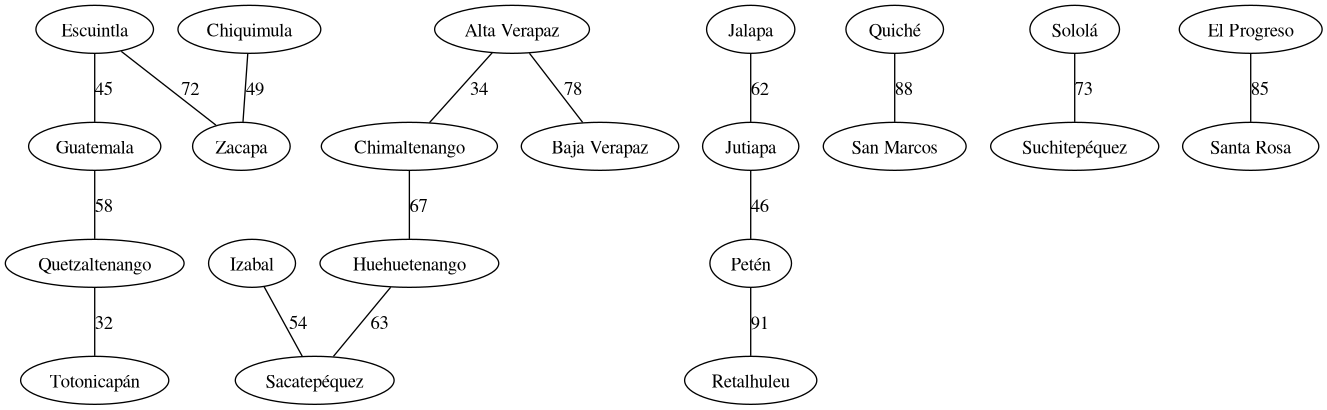
The Graphviz diagram Rapidito/Mapa.png in Marco131-xel/Edd_Proyecto2, before a commit. Its source is kept beside it as Rapidito/Mapa.dot. Its diagram source:
```dot
graph Rutas {
  "Guatemala" -- "Quetzaltenango" [label="58"];
  "Escuintla" -- "Guatemala" [label="45"];
  "Escuintla" -- "Zacapa" [label="72"];
  "Quetzaltenango" -- "Totonicapán" [label="32"];
  "Huehuetenango" -- "Sacatepéquez" [label="63"];
  "Chimaltenango" -- "Huehuetenango" [label="67"];
  "Alta Verapaz" -- "Baja Verapaz" [label="78"];
  "Alta Verapaz" -- "Chimaltenango" [label="34"];
  "Izabal" -- "Sacatepéquez" [label="54"];
  "Jalapa" -- "Jutiapa" [label="62"];
  "Jutiapa" -- "Petén" [label="46"];
  "Chiquimula" -- "Zacapa" [label="49"];
  "Quiché" -- "San Marcos" [label="88"];
  "Petén" -- "Retalhuleu" [label="91"];
  "Sololá" -- "Suchitepéquez" [label="73"];
  "El Progreso" -- "Santa Rosa" [label="85"];
}
```
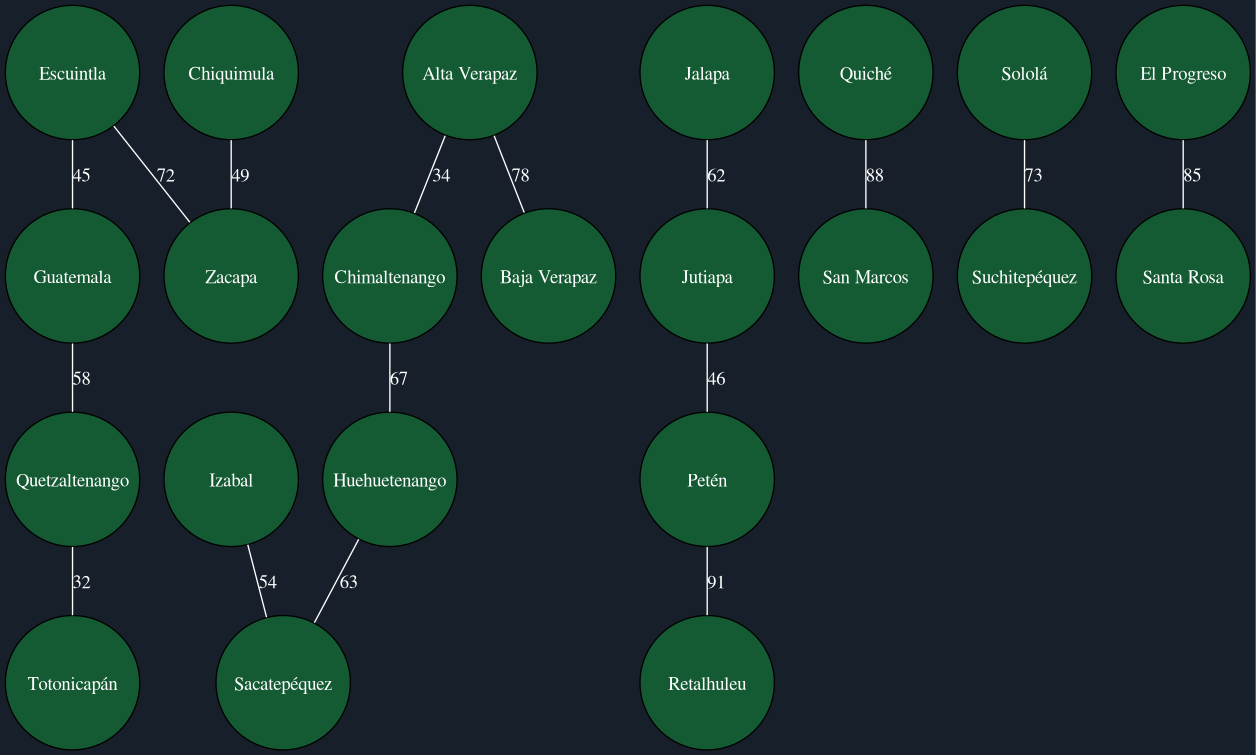
The same file after the commit.

Diff of the diagram source:
```diff
@@ -1,4 +1,7 @@
 graph Rutas {
+  bgcolor="#17202a";
+  node [style=filled, fillcolor="#145a32", fontcolor="white", shape=circle, width=1.4, fixedsize=true];
+  edge [color="white", fontcolor="white"];
   "Guatemala" -- "Quetzaltenango" [label="58"];
   "Escuintla" -- "Guatemala" [label="45"];
   "Escuintla" -- "Zacapa" [label="72"];
```
